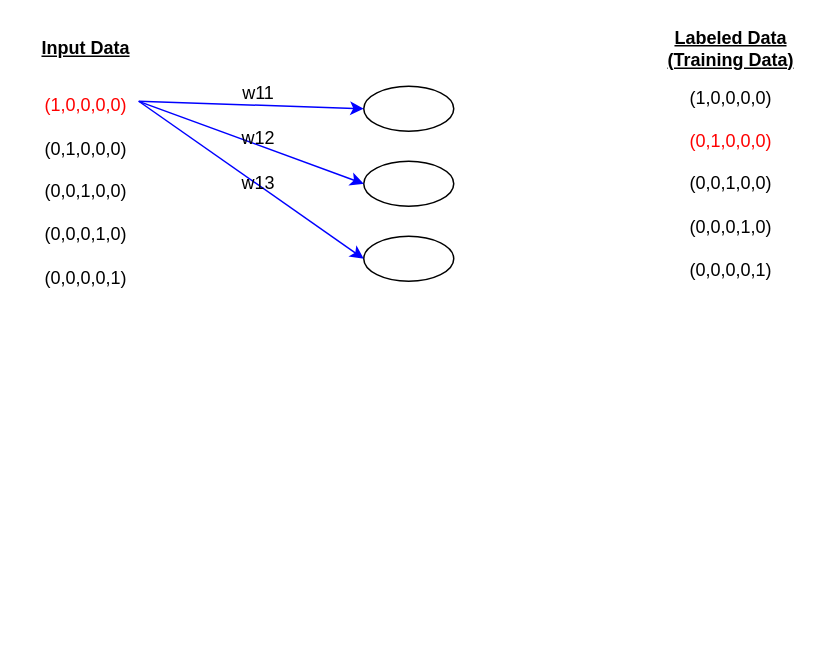
The draw.io diagram MachineLearningOnAWS/Word2vec.drawio in developer-onizuka/Diagrams, before the edit. Source tidied: cells renumbered, new cells numbered last; positions are measured from the earlier drawing's top-left corner, leaving out a move shared by most shapes. Both pictures are drawn from the tidied source at 150%, with x=0, y=0 at pixel (26, 26).
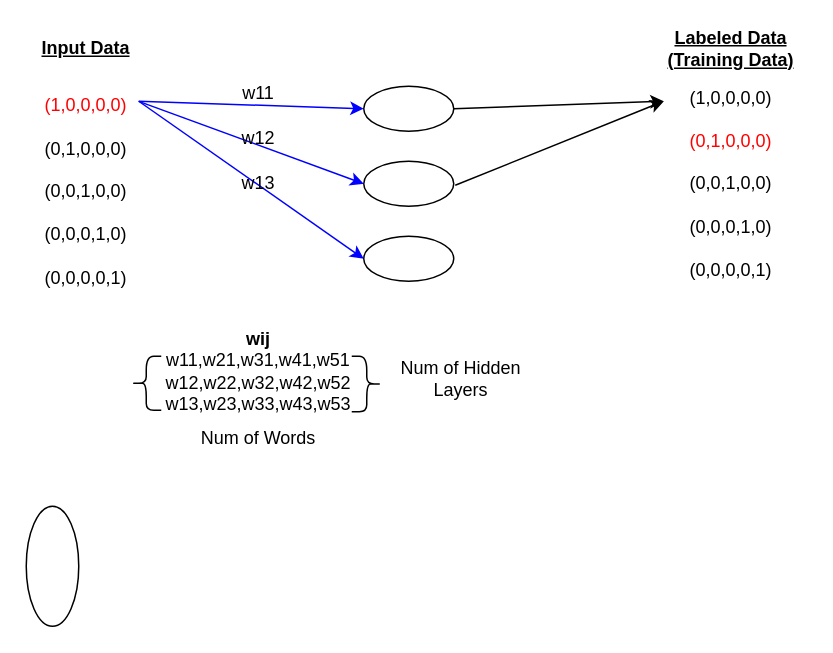
Above is the later version.

Commit message (it also covers changes not shown here):
Word2vec.drawio を更新します

Unchanged cells that the change refers to:
```xml
<mxCell id="3" style="ellipse;whiteSpace=wrap;html=1;" parent="1" vertex="1">
  <mxGeometry x="225" y="40" width="60" height="30" as="geometry" />
</mxCell>
```

What changed in the source:
```diff
@@
+    <mxCell id="15" style="endArrow=classic;html=1;rounded=0;exitX=1;exitY=0.5;exitDx=0;exitDy=0;" parent="1" edge="1" source="3">
+      <mxGeometry relative="1" as="geometry">
+        <mxPoint x="425" y="50" as="targetPoint" />
+      </mxGeometry>
+    </mxCell>
+    <mxCell id="16" style="endArrow=classic;html=1;rounded=0;exitX=1;exitY=0.5;exitDx=0;exitDy=0;" parent="1" edge="1">
+      <mxGeometry relative="1" as="geometry">
+        <mxPoint x="286" y="106" as="sourcePoint" />
+        <mxPoint x="425" y="50" as="targetPoint" />
+      </mxGeometry>
+    </mxCell>
+    <mxCell id="17" value="&lt;b&gt;wij&lt;br&gt;&lt;/b&gt;w11,w21,w31,w41,w51&lt;br&gt;w12,w22,w32,w42,w52&lt;br&gt;w13,w23,w33,w43,w53" style="text;html=1;strokeColor=none;fillColor=none;align=center;verticalAlign=middle;whiteSpace=wrap;rounded=0;" parent="1" vertex="1">
+      <mxGeometry x="35" y="200" width="240" height="60" as="geometry" />
+    </mxCell>
+    <mxCell id="18" style="shape=curlyBracket;whiteSpace=wrap;html=1;rounded=1;flipH=1;labelPosition=right;verticalLabelPosition=middle;align=left;verticalAlign=middle;" parent="1" vertex="1">
+      <mxGeometry x="217" y="220" width="20" height="37" as="geometry" />
+    </mxCell>
+    <mxCell id="19" style="shape=curlyBracket;whiteSpace=wrap;html=1;rounded=1;labelPosition=left;verticalLabelPosition=middle;align=right;verticalAlign=middle;" parent="1" vertex="1">
+      <mxGeometry x="70" y="220" width="20" height="36" as="geometry" />
+    </mxCell>
+    <mxCell id="20" value="Num of Words" style="text;html=1;strokeColor=none;fillColor=none;align=center;verticalAlign=middle;whiteSpace=wrap;rounded=0;" parent="1" vertex="1">
+      <mxGeometry x="110" y="260" width="90" height="30" as="geometry" />
+    </mxCell>
+    <mxCell id="21" value="Num of Hidden Layers" style="text;html=1;strokeColor=none;fillColor=none;align=center;verticalAlign=middle;whiteSpace=wrap;rounded=0;" parent="1" vertex="1">
+      <mxGeometry x="245" y="220" width="90" height="30" as="geometry" />
+    </mxCell>
+    <mxCell id="22" style="ellipse;whiteSpace=wrap;html=1;" parent="1" vertex="1">
+      <mxGeometry y="320" width="35" height="80" as="geometry" />
+    </mxCell>
```
